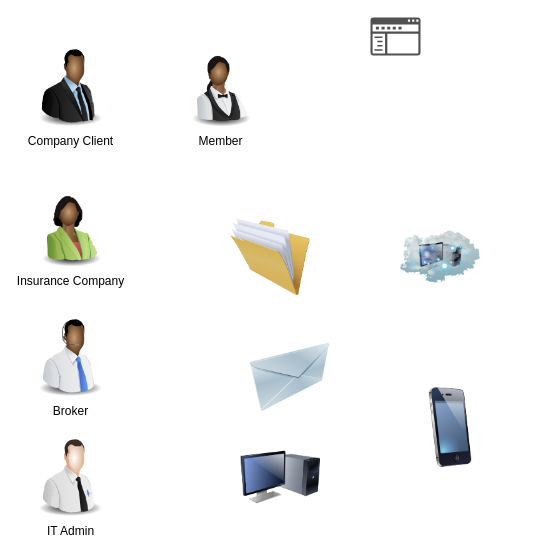
Before: page "Page-9" (4 of 10) of howdengroup.drawio in jasarvn/howdengroup, a draw.io diagram. Source tidied: cells renumbered, new cells numbered last; positions are measured from the earlier drawing's top-left corner, leaving out a move shared by most shapes. Both pictures are drawn from the tidied source at 100%, with x=0, y=0 at pixel (30, 17).
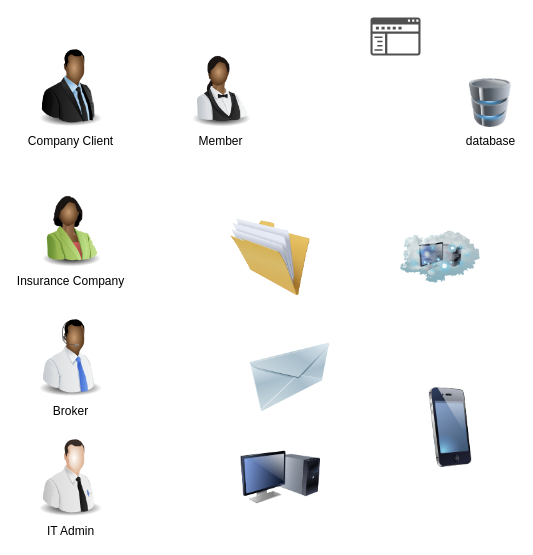
The same diagram, later.

Change to the diagram source:
```diff
@@
 <mxGraphModel>
   <root>
     <mxCell id="0" />
     <mxCell id="1" parent="0" />
     <mxCell id="2" value="Company Client" style="image;html=1;labelBackgroundColor=#ffffff;image=img/lib/clip_art/people/Suit_Man_Black_128x128.png;" parent="1" vertex="1">
       <mxGeometry y="30" width="80" height="80" as="geometry" />
     </mxCell>
     <mxCell id="3" value="Insurance Company" style="image;html=1;labelBackgroundColor=#ffffff;image=img/lib/clip_art/people/Suit_Woman_Green_Black_128x128.png;" parent="1" vertex="1">
       <mxGeometry y="170" width="80" height="80" as="geometry" />
     </mxCell>
     <mxCell id="4" value="Broker" style="image;html=1;labelBackgroundColor=#ffffff;image=img/lib/clip_art/people/Telesales_Man_Black_128x128.png;" parent="1" vertex="1">
       <mxGeometry y="300" width="80" height="80" as="geometry" />
     </mxCell>
     <mxCell id="5" value="IT Admin" style="image;html=1;labelBackgroundColor=#ffffff;image=img/lib/clip_art/people/Tech_Man_128x128.png;" parent="1" vertex="1">
       <mxGeometry y="420" width="80" height="80" as="geometry" />
     </mxCell>
     <mxCell id="6" value="Member&lt;br&gt;" style="image;html=1;labelBackgroundColor=#ffffff;image=img/lib/clip_art/people/Waiter_Woman_Black_128x128.png;" parent="1" vertex="1">
       <mxGeometry x="150" y="30" width="80" height="80" as="geometry" />
     </mxCell>
     <mxCell id="7" style="image;html=1;labelBackgroundColor=#ffffff;image=img/lib/clip_art/general/Full_Folder_128x128.png;" parent="1" vertex="1">
       <mxGeometry x="200" y="200" width="80" height="80" as="geometry" />
     </mxCell>
     <mxCell id="8" style="image;html=1;labelBackgroundColor=#ffffff;image=img/lib/clip_art/networking/Email_128x128.png;" parent="1" vertex="1">
       <mxGeometry x="220" y="320" width="80" height="80" as="geometry" />
     </mxCell>
     <mxCell id="9" style="image;html=1;labelBackgroundColor=#ffffff;image=img/lib/clip_art/computers/Monitor_Tower_128x128.png;" parent="1" vertex="1">
       <mxGeometry x="210" y="420" width="80" height="80" as="geometry" />
     </mxCell>
     <mxCell id="10" style="image;html=1;labelBackgroundColor=#ffffff;image=img/lib/clip_art/telecommunication/iPhone_128x128.png;" parent="1" vertex="1">
       <mxGeometry x="380" y="370" width="80" height="80" as="geometry" />
     </mxCell>
     <mxCell id="11" style="image;html=1;labelBackgroundColor=#ffffff;image=img/lib/clip_art/networking/Cloud_Computer_128x128.png;" parent="1" vertex="1">
       <mxGeometry x="370" y="200" width="80" height="80" as="geometry" />
     </mxCell>
     <mxCell id="12" style="shadow=0;dashed=0;html=1;strokeColor=none;labelPosition=center;verticalLabelPosition=bottom;verticalAlign=top;align=center;fillColor=#505050;shape=mxgraph.mscae.intune.company_portal;" parent="1" vertex="1">
       <mxGeometry x="340" width="50" height="38" as="geometry" />
     </mxCell>
+    <mxCell id="13" value="database" style="image;html=1;labelBackgroundColor=#ffffff;image=img/lib/clip_art/computers/Database_128x128.png;" parent="1" vertex="1">
+      <mxGeometry x="435" y="61" width="50" height="49" as="geometry" />
+    </mxCell>
   </root>
 </mxGraphModel>
```
